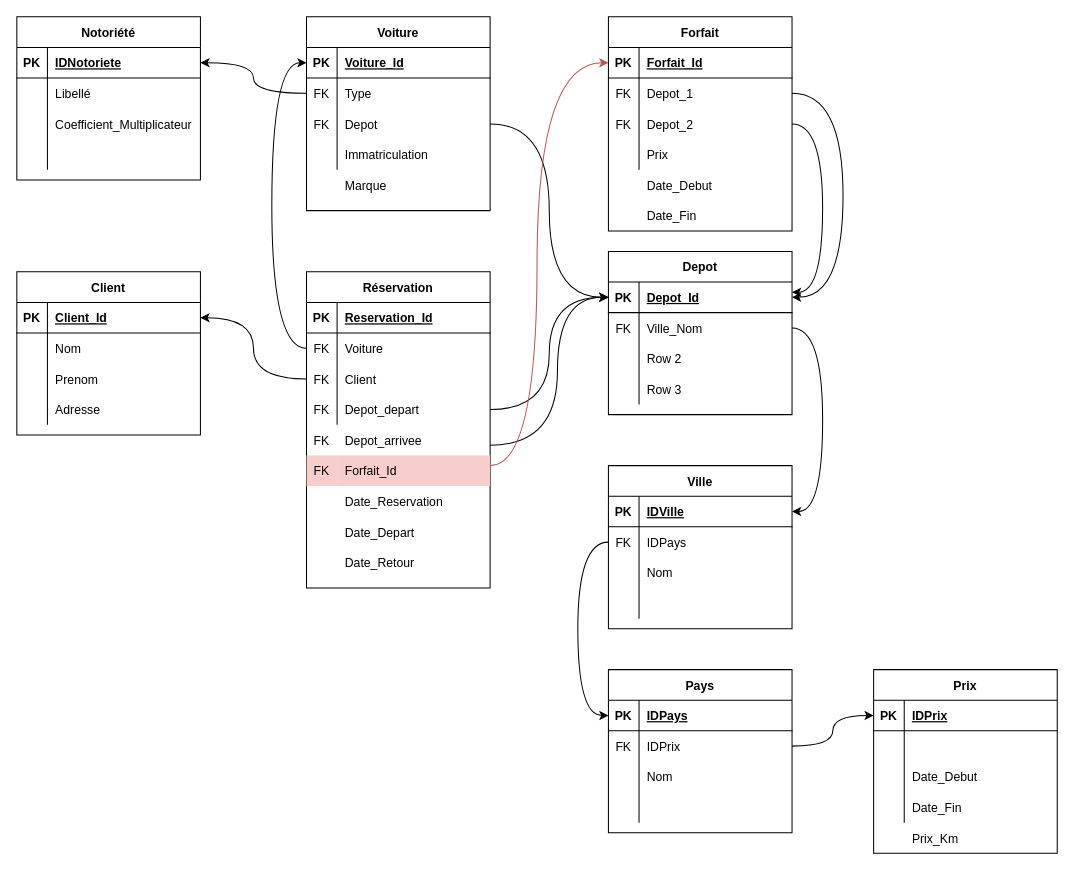
The draw.io diagram Projet_Schema-relationnel.drawio in Djounna/Projet_developpement_RentACar, before the edit. Source tidied: cells renumbered, new cells numbered last; positions are measured from the earlier drawing's top-left corner, leaving out a move shared by most shapes. Both pictures are drawn from the tidied source at 102%, with x=0, y=0 at pixel (16, 16).
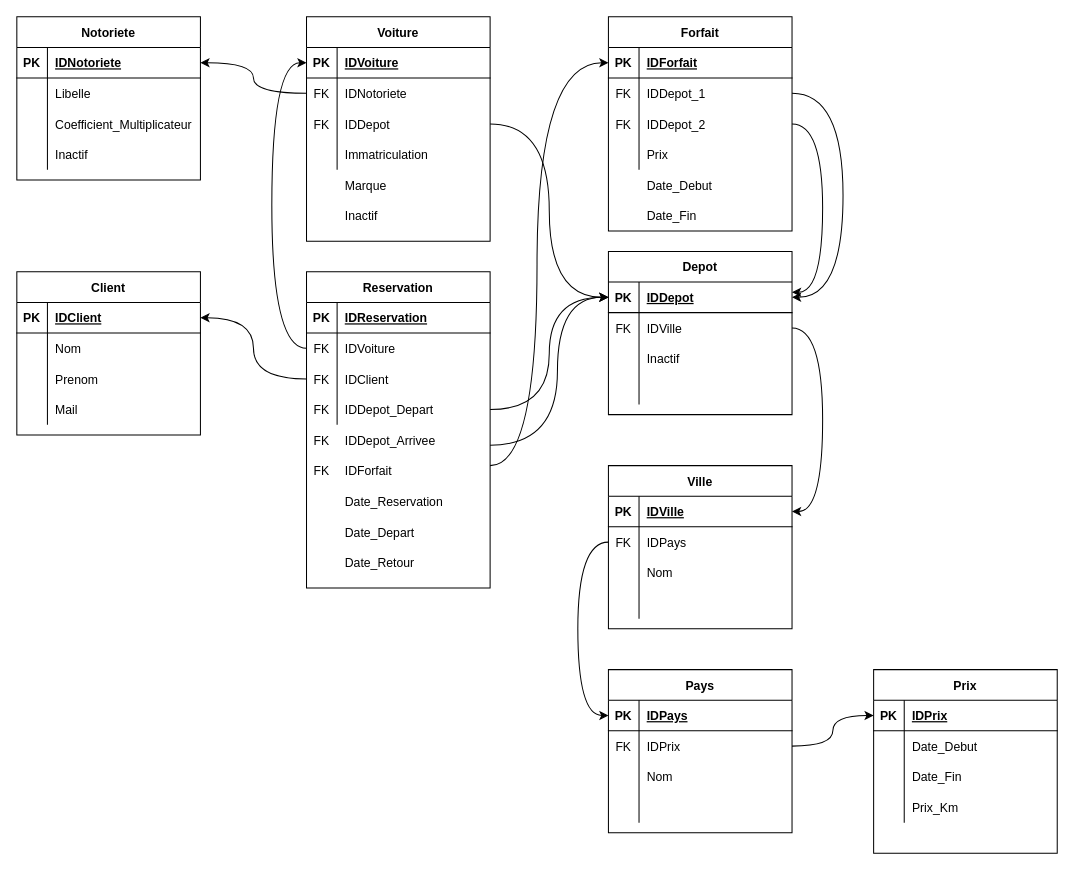
The same page after the edit.

Unchanged cells that the change refers to:
```xml
<mxCell id="6" style="shape=partialRectangle;fillColor=none;top=0;left=0;bottom=0;right=0;" parent="2" vertex="1">
  <mxGeometry y="60" width="180" height="30" as="geometry" />
</mxCell>
<mxCell id="12" style="shape=partialRectangle;fillColor=none;top=0;left=0;bottom=0;right=0;" parent="2" vertex="1">
  <mxGeometry y="120" width="180" height="30" as="geometry" />
</mxCell>
<mxCell id="16" style="shape=partialRectangle;fillColor=none;top=0;left=0;bottom=1;right=0;points=[[0,0.5],[1,0.5]];portConstraint=eastwest;" parent="15" vertex="1">
  <mxGeometry y="30" width="180" height="30" as="geometry" />
</mxCell>
<mxCell id="19" style="shape=partialRectangle;fillColor=none;top=0;left=0;bottom=0;right=0;points=[[0,0.5],[1,0.5]];portConstraint=eastwest;" parent="15" vertex="1">
  <mxGeometry y="60" width="180" height="30" as="geometry" />
</mxCell>
<mxCell id="22" style="shape=partialRectangle;fillColor=none;top=0;left=0;bottom=0;right=0;points=[[0,0.5],[1,0.5]];portConstraint=eastwest;" parent="15" vertex="1">
  <mxGeometry y="90" width="180" height="30" as="geometry" />
</mxCell>
<mxCell id="30" style="shape=partialRectangle;fillColor=none;top=0;left=0;bottom=1;right=0;points=[[0,0.5],[1,0.5]];portConstraint=eastwest;" parent="29" vertex="1">
  <mxGeometry y="30" width="180" height="30" as="geometry" />
</mxCell>
<mxCell id="39" style="shape=partialRectangle;fillColor=none;top=0;left=0;bottom=0;right=0;" parent="29" vertex="1">
  <mxGeometry y="120" width="180" height="30" as="geometry" />
</mxCell>
<mxCell id="43" style="shape=partialRectangle;fillColor=none;top=0;left=0;bottom=1;right=0;" parent="42" vertex="1">
  <mxGeometry y="30" width="180" height="30" as="geometry" />
</mxCell>
<mxCell id="46" style="shape=partialRectangle;fillColor=none;top=0;left=0;bottom=0;right=0;points=[[0,0.5],[1,0.5]];portConstraint=eastwest;" parent="42" vertex="1">
  <mxGeometry y="60" width="180" height="30" as="geometry" />
</mxCell>
<mxCell id="49" style="shape=partialRectangle;fillColor=none;top=0;left=0;bottom=0;right=0;points=[[0,0.5],[1,0.5]];portConstraint=eastwest;" parent="42" vertex="1">
  <mxGeometry y="90" width="180" height="30" as="geometry" />
</mxCell>
<mxCell id="52" style="shape=partialRectangle;fillColor=none;top=0;left=0;bottom=0;right=0;points=[[0,0.5],[1,0.5]];portConstraint=eastwest;" parent="42" vertex="1">
  <mxGeometry y="120" width="180" height="30" as="geometry" />
</mxCell>
<mxCell id="56" style="shape=partialRectangle;fillColor=none;top=0;left=0;bottom=1;right=0;points=[[0,0.5],[1,0.5]];portConstraint=eastwest;" parent="55" vertex="1">
  <mxGeometry y="30" width="180" height="30" as="geometry" />
</mxCell>
<mxCell id="59" style="shape=partialRectangle;fillColor=none;top=0;left=0;bottom=0;right=0;points=[[0,0.5],[1,0.5]];portConstraint=eastwest;" parent="55" vertex="1">
  <mxGeometry y="60" width="180" height="30" as="geometry" />
</mxCell>
<mxCell id="62" style="shape=partialRectangle;fillColor=none;top=0;left=0;bottom=0;right=0;" parent="55" vertex="1">
  <mxGeometry y="90" width="180" height="30" as="geometry" />
</mxCell>
<mxCell id="65" style="shape=partialRectangle;fillColor=none;top=0;left=0;bottom=0;right=0;" parent="55" vertex="1">
  <mxGeometry y="120" width="180" height="30" as="geometry" />
</mxCell>
<mxCell id="99" value="Prix" style="shape=table;startSize=30;childLayout=tableLayout;rowLines=0;fontStyle=1;align=center;" parent="1" vertex="1">
  <mxGeometry x="840" y="640" width="180" height="180" as="geometry" />
</mxCell>
<mxCell id="116" style="shape=partialRectangle;fillColor=none;top=0;left=0;bottom=1;right=0;points=[[0,0.5],[1,0.5]];portConstraint=eastwest;" parent="115" vertex="1">
  <mxGeometry y="30" width="180" height="30" as="geometry" />
</mxCell>
<mxCell id="119" style="shape=partialRectangle;fillColor=none;top=0;left=0;bottom=0;right=0;points=[[0,0.5],[1,0.5]];portConstraint=eastwest;" parent="115" vertex="1">
  <mxGeometry y="60" width="180" height="30" as="geometry" />
</mxCell>
<mxCell id="122" style="shape=partialRectangle;fillColor=none;top=0;left=0;bottom=0;right=0;points=[[0,0.5],[1,0.5]];portConstraint=eastwest;" parent="115" vertex="1">
  <mxGeometry y="90" width="180" height="30" as="geometry" />
</mxCell>
```

What changed in the source:
```diff
@@
-    <mxCell id="2" value="Notoriété" style="shape=table;startSize=30;childLayout=tableLayout;rowLines=0;fontStyle=1;align=center;" parent="1" vertex="1">
+    <mxCell id="2" value="Notoriete" style="shape=table;startSize=30;childLayout=tableLayout;rowLines=0;fontStyle=1;align=center;" parent="1" vertex="1">
       <mxGeometry width="180" height="160" as="geometry" />
     </mxCell>
@@
-    <mxCell id="8" value="Libellé" style="shape=partialRectangle;fillColor=none;top=0;left=0;bottom=0;right=0;align=left;spacingLeft=6;overflow=hidden;" parent="6" vertex="1">
+    <mxCell id="8" value="Libelle" style="shape=partialRectangle;fillColor=none;top=0;left=0;bottom=0;right=0;align=left;spacingLeft=6;overflow=hidden;" parent="6" vertex="1">
       <mxGeometry x="30" width="150" height="30" as="geometry" />
     </mxCell>
@@
-    <mxCell id="14" style="shape=partialRectangle;fillColor=none;top=0;left=0;bottom=0;right=0;align=left;spacingLeft=6;overflow=hidden;" parent="12" vertex="1">
+    <mxCell id="14" value="Inactif" style="shape=partialRectangle;fillColor=none;top=0;left=0;bottom=0;right=0;align=left;spacingLeft=6;overflow=hidden;" parent="12" vertex="1">
       <mxGeometry x="30" width="150" height="30" as="geometry" />
     </mxCell>
     <mxCell id="15" value="Voiture" style="shape=table;startSize=30;childLayout=tableLayout;rowLines=0;fontStyle=1;align=center;" parent="1" vertex="1">
-      <mxGeometry x="284" width="180" height="190" as="geometry" />
+      <mxGeometry x="284" width="180" height="220" as="geometry" />
     </mxCell>
@@
-    <mxCell id="18" value="Voiture_Id" style="shape=partialRectangle;fillColor=none;top=0;left=0;bottom=0;right=0;align=left;spacingLeft=6;fontStyle=5;overflow=hidden;" parent="16" vertex="1">
+    <mxCell id="18" value="IDVoiture" style="shape=partialRectangle;fillColor=none;top=0;left=0;bottom=0;right=0;align=left;spacingLeft=6;fontStyle=5;overflow=hidden;" parent="16" vertex="1">
       <mxGeometry x="30" width="150" height="30" as="geometry" />
     </mxCell>
@@
-    <mxCell id="21" value="Type" style="shape=partialRectangle;fillColor=none;top=0;left=0;bottom=0;right=0;align=left;spacingLeft=6;overflow=hidden;" parent="19" vertex="1">
+    <mxCell id="21" value="IDNotoriete" style="shape=partialRectangle;fillColor=none;top=0;left=0;bottom=0;right=0;align=left;spacingLeft=6;overflow=hidden;" parent="19" vertex="1">
       <mxGeometry x="30" width="150" height="30" as="geometry" />
     </mxCell>
@@
-    <mxCell id="24" value="Depot" style="shape=partialRectangle;fillColor=none;top=0;left=0;bottom=0;right=0;align=left;spacingLeft=6;overflow=hidden;" parent="22" vertex="1">
+    <mxCell id="24" value="IDDepot" style="shape=partialRectangle;fillColor=none;top=0;left=0;bottom=0;right=0;align=left;spacingLeft=6;overflow=hidden;" parent="22" vertex="1">
       <mxGeometry x="30" width="150" height="30" as="geometry" />
     </mxCell>
@@
-    <mxCell id="32" value="Client_Id" style="shape=partialRectangle;fillColor=none;top=0;left=0;bottom=0;right=0;align=left;spacingLeft=6;fontStyle=5;overflow=hidden;" parent="30" vertex="1">
+    <mxCell id="32" value="IDClient" style="shape=partialRectangle;fillColor=none;top=0;left=0;bottom=0;right=0;align=left;spacingLeft=6;fontStyle=5;overflow=hidden;" parent="30" vertex="1">
       <mxGeometry x="30" width="150" height="30" as="geometry" />
     </mxCell>
@@
-    <mxCell id="41" value="Adresse" style="shape=partialRectangle;fillColor=none;top=0;left=0;bottom=0;right=0;align=left;spacingLeft=6;overflow=hidden;" parent="39" vertex="1">
+    <mxCell id="41" value="Mail" style="shape=partialRectangle;fillColor=none;top=0;left=0;bottom=0;right=0;align=left;spacingLeft=6;overflow=hidden;" parent="39" vertex="1">
       <mxGeometry x="30" width="150" height="30" as="geometry" />
     </mxCell>
-    <mxCell id="42" value="Réservation" style="shape=table;startSize=30;childLayout=tableLayout;rowLines=0;fontStyle=1;align=center;" parent="1" vertex="1">
+    <mxCell id="42" value="Reservation" style="shape=table;startSize=30;childLayout=tableLayout;rowLines=0;fontStyle=1;align=center;" parent="1" vertex="1">
       <mxGeometry x="284" y="250" width="180" height="310" as="geometry" />
     </mxCell>
@@
-    <mxCell id="45" value="Reservation_Id" style="shape=partialRectangle;fillColor=none;top=0;left=0;bottom=0;right=0;align=left;spacingLeft=6;fontStyle=5;overflow=hidden;" parent="43" vertex="1">
+    <mxCell id="45" value="IDReservation" style="shape=partialRectangle;fillColor=none;top=0;left=0;bottom=0;right=0;align=left;spacingLeft=6;fontStyle=5;overflow=hidden;" parent="43" vertex="1">
       <mxGeometry x="30" width="150" height="30" as="geometry" />
     </mxCell>
@@
-    <mxCell id="48" value="Voiture" style="shape=partialRectangle;fillColor=none;top=0;left=0;bottom=0;right=0;align=left;spacingLeft=6;overflow=hidden;" parent="46" vertex="1">
+    <mxCell id="48" value="IDVoiture" style="shape=partialRectangle;fillColor=none;top=0;left=0;bottom=0;right=0;align=left;spacingLeft=6;overflow=hidden;" parent="46" vertex="1">
       <mxGeometry x="30" width="150" height="30" as="geometry" />
     </mxCell>
@@
-    <mxCell id="51" value="Client" style="shape=partialRectangle;fillColor=none;top=0;left=0;bottom=0;right=0;align=left;spacingLeft=6;overflow=hidden;" parent="49" vertex="1">
+    <mxCell id="51" value="IDClient" style="shape=partialRectangle;fillColor=none;top=0;left=0;bottom=0;right=0;align=left;spacingLeft=6;overflow=hidden;" parent="49" vertex="1">
       <mxGeometry x="30" width="150" height="30" as="geometry" />
     </mxCell>
@@
-    <mxCell id="54" value="Depot_depart" style="shape=partialRectangle;fillColor=none;top=0;left=0;bottom=0;right=0;align=left;spacingLeft=6;overflow=hidden;" parent="52" vertex="1">
+    <mxCell id="54" value="IDDepot_Depart" style="shape=partialRectangle;fillColor=none;top=0;left=0;bottom=0;right=0;align=left;spacingLeft=6;overflow=hidden;" parent="52" vertex="1">
       <mxGeometry x="30" width="150" height="30" as="geometry" />
     </mxCell>
@@
-    <mxCell id="58" value="Depot_Id" style="shape=partialRectangle;fillColor=none;top=0;left=0;bottom=0;right=0;align=left;spacingLeft=6;fontStyle=5;overflow=hidden;" parent="56" vertex="1">
+    <mxCell id="58" value="IDDepot" style="shape=partialRectangle;fillColor=none;top=0;left=0;bottom=0;right=0;align=left;spacingLeft=6;fontStyle=5;overflow=hidden;" parent="56" vertex="1">
       <mxGeometry x="30" width="150" height="30" as="geometry" />
     </mxCell>
@@
-    <mxCell id="61" value="Ville_Nom" style="shape=partialRectangle;fillColor=none;top=0;left=0;bottom=0;right=0;align=left;spacingLeft=6;overflow=hidden;" parent="59" vertex="1">
+    <mxCell id="61" value="IDVille" style="shape=partialRectangle;fillColor=none;top=0;left=0;bottom=0;right=0;align=left;spacingLeft=6;overflow=hidden;" parent="59" vertex="1">
       <mxGeometry x="30" width="150" height="30" as="geometry" />
     </mxCell>
@@
-    <mxCell id="64" value="Row 2" style="shape=partialRectangle;fillColor=none;top=0;left=0;bottom=0;right=0;align=left;spacingLeft=6;overflow=hidden;" parent="62" vertex="1">
+    <mxCell id="64" value="Inactif" style="shape=partialRectangle;fillColor=none;top=0;left=0;bottom=0;right=0;align=left;spacingLeft=6;overflow=hidden;" parent="62" vertex="1">
       <mxGeometry x="30" width="150" height="30" as="geometry" />
     </mxCell>
@@
-    <mxCell id="67" value="Row 3" style="shape=partialRectangle;fillColor=none;top=0;left=0;bottom=0;right=0;align=left;spacingLeft=6;overflow=hidden;" parent="65" vertex="1">
+    <mxCell id="67" style="shape=partialRectangle;fillColor=none;top=0;left=0;bottom=0;right=0;align=left;spacingLeft=6;overflow=hidden;" parent="65" vertex="1">
       <mxGeometry x="30" width="150" height="30" as="geometry" />
     </mxCell>
@@
-    <mxCell id="69" value="Depot_arrivee" style="shape=partialRectangle;fillColor=none;top=0;left=0;bottom=0;right=0;align=left;spacingLeft=6;overflow=hidden;" parent="1" vertex="1">
+    <mxCell id="69" value="IDDepot_Arrivee" style="shape=partialRectangle;fillColor=none;top=0;left=0;bottom=0;right=0;align=left;spacingLeft=6;overflow=hidden;" parent="1" vertex="1">
       <mxGeometry x="314" y="400" width="150" height="30" as="geometry" />
     </mxCell>
-    <mxCell id="70" value="Forfait_Id" style="shape=partialRectangle;fillColor=#f8cecc;top=0;left=0;bottom=0;right=0;align=left;spacingLeft=6;overflow=hidden;strokeColor=#b85450;" parent="1" vertex="1">
+    <mxCell id="70" value="IDForfait" style="shape=partialRectangle;top=0;left=0;bottom=0;right=0;align=left;spacingLeft=6;overflow=hidden;fillColor=none;" parent="1" vertex="1">
       <mxGeometry x="314" y="430" width="150" height="30" as="geometry" />
     </mxCell>
@@
-    <mxCell id="103" style="shape=partialRectangle;fillColor=none;top=0;left=0;bottom=0;right=0;" parent="99" vertex="1">
-      <mxGeometry y="60" width="180" height="30" as="geometry" />
-    </mxCell>
-    <mxCell id="104" style="shape=partialRectangle;fillColor=none;top=0;left=0;bottom=0;right=0;overflow=hidden;" parent="103" vertex="1">
-      <mxGeometry width="30" height="30" as="geometry" />
-    </mxCell>
-    <mxCell id="105" style="shape=partialRectangle;fillColor=none;top=0;left=0;bottom=0;right=0;align=left;spacingLeft=6;overflow=hidden;" parent="103" vertex="1">
-      <mxGeometry x="30" width="150" height="30" as="geometry" />
-    </mxCell>
     <mxCell id="106" style="shape=partialRectangle;fillColor=none;top=0;left=0;bottom=0;right=0;" parent="99" vertex="1">
-      <mxGeometry y="90" width="180" height="30" as="geometry" />
+      <mxGeometry y="60" width="180" height="30" as="geometry" />
     </mxCell>
@@
     <mxCell id="109" style="shape=partialRectangle;fillColor=none;top=0;left=0;bottom=0;right=0;" parent="99" vertex="1">
-      <mxGeometry y="120" width="180" height="30" as="geometry" />
+      <mxGeometry y="90" width="180" height="30" as="geometry" />
     </mxCell>
@@
+    <mxCell id="103" style="shape=partialRectangle;fillColor=none;top=0;left=0;bottom=0;right=0;" parent="99" vertex="1">
+      <mxGeometry y="120" width="180" height="30" as="geometry" />
+    </mxCell>
+    <mxCell id="104" style="shape=partialRectangle;fillColor=none;top=0;left=0;bottom=0;right=0;overflow=hidden;" parent="103" vertex="1">
+      <mxGeometry width="30" height="30" as="geometry" />
+    </mxCell>
+    <mxCell id="105" style="shape=partialRectangle;fillColor=none;top=0;left=0;bottom=0;right=0;align=left;spacingLeft=6;overflow=hidden;" parent="103" vertex="1">
+      <mxGeometry x="30" width="150" height="30" as="geometry" />
+    </mxCell>
@@
     <mxCell id="113" value="Prix_Km" style="shape=partialRectangle;fillColor=none;top=0;left=0;bottom=0;right=0;align=left;spacingLeft=6;overflow=hidden;" parent="1" vertex="1">
-      <mxGeometry x="870" y="790" width="150" height="30" as="geometry" />
+      <mxGeometry x="870" y="760" width="150" height="30" as="geometry" />
     </mxCell>
@@
-    <mxCell id="118" value="Forfait_Id" style="shape=partialRectangle;fillColor=none;top=0;left=0;bottom=0;right=0;align=left;spacingLeft=6;fontStyle=5;overflow=hidden;" parent="116" vertex="1">
+    <mxCell id="118" value="IDForfait" style="shape=partialRectangle;fillColor=none;top=0;left=0;bottom=0;right=0;align=left;spacingLeft=6;fontStyle=5;overflow=hidden;" parent="116" vertex="1">
       <mxGeometry x="30" width="150" height="30" as="geometry" />
     </mxCell>
@@
-    <mxCell id="121" value="Depot_1" style="shape=partialRectangle;fillColor=none;top=0;left=0;bottom=0;right=0;align=left;spacingLeft=6;overflow=hidden;" parent="119" vertex="1">
+    <mxCell id="121" value="IDDepot_1" style="shape=partialRectangle;fillColor=none;top=0;left=0;bottom=0;right=0;align=left;spacingLeft=6;overflow=hidden;" parent="119" vertex="1">
       <mxGeometry x="30" width="150" height="30" as="geometry" />
     </mxCell>
@@
-    <mxCell id="124" value="Depot_2" style="shape=partialRectangle;fillColor=none;top=0;left=0;bottom=0;right=0;align=left;spacingLeft=6;overflow=hidden;" parent="122" vertex="1">
+    <mxCell id="124" value="IDDepot_2" style="shape=partialRectangle;fillColor=none;top=0;left=0;bottom=0;right=0;align=left;spacingLeft=6;overflow=hidden;" parent="122" vertex="1">
       <mxGeometry x="30" width="150" height="30" as="geometry" />
     </mxCell>
@@
-    <mxCell id="128" value="FK" style="shape=partialRectangle;fillColor=#f8cecc;top=0;left=0;bottom=0;right=0;overflow=hidden;strokeColor=#b85450;" parent="1" vertex="1">
+    <mxCell id="128" value="FK" style="shape=partialRectangle;top=0;left=0;bottom=0;right=0;overflow=hidden;strokeColor=#b85450;fillColor=none;" parent="1" vertex="1">
       <mxGeometry x="284" y="430" width="30" height="30" as="geometry" />
     </mxCell>
@@
-    <mxCell id="136" style="edgeStyle=orthogonalEdgeStyle;curved=1;rounded=0;jettySize=auto;html=1;entryX=0;entryY=0.5;entryDx=0;entryDy=0;fillColor=#f8cecc;strokeColor=#b85450;" parent="1" edge="1" target="116">
+    <mxCell id="136" style="edgeStyle=orthogonalEdgeStyle;curved=1;rounded=0;jettySize=auto;html=1;entryX=0;entryY=0.5;entryDx=0;entryDy=0;fillColor=#f8cecc;" parent="1" edge="1" target="116">
       <mxGeometry relative="1" as="geometry">
         <mxPoint x="464" y="440" as="sourcePoint" />
         <Array as="points">
           <mxPoint x="510" y="440" />
           <mxPoint x="510" y="45" />
         </Array>
       </mxGeometry>
     </mxCell>
@@
+    <mxCell id="144" value="Inactif" style="shape=partialRectangle;fillColor=none;top=0;left=0;bottom=0;right=0;align=left;spacingLeft=6;overflow=hidden;" parent="1" vertex="1">
+      <mxGeometry x="314" y="180" width="150" height="30" as="geometry" />
+    </mxCell>
```
